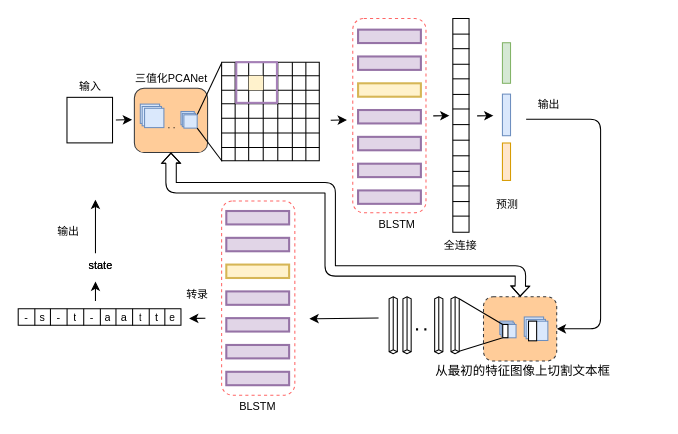
This is CRNN+CTPN.drawio from Liz606/Liz-todos, a draw.io file, before an edit. Source tidied: cells renumbered, new cells numbered last; positions are measured from the earlier drawing's top-left corner, leaving out a move shared by most shapes. Both pictures are drawn from the tidied source at 104%, with x=0, y=0 at pixel (18, 18).
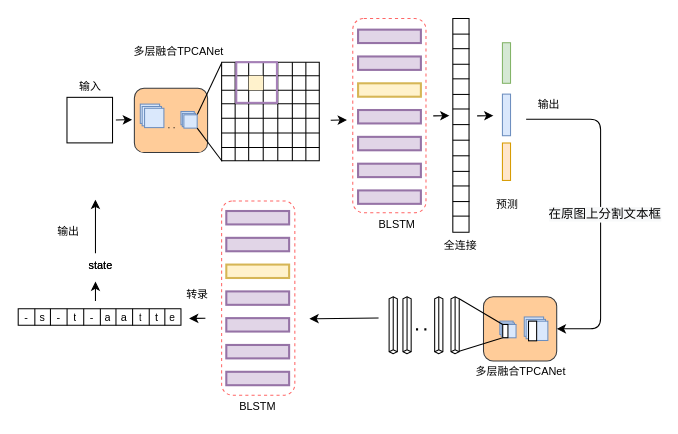
After the change.

Unchanged cells that the change refers to:
```xml
<mxCell id="2" style="rounded=1;whiteSpace=wrap;html=1;fillColor=#ffcc99;strokeColor=#36393d;" parent="1" vertex="1">
  <mxGeometry x="111.7" y="67.4" width="70.4" height="61.8" as="geometry" />
</mxCell>
<mxCell id="158" style="endArrow=classic;html=1;edgeStyle=orthogonalEdgeStyle;entryX=1;entryY=0.5;entryDx=0;entryDy=0;" parent="1" edge="1" target="113">
  <mxGeometry x="35.6" y="323.4" as="geometry">
    <mxPoint x="488.4" y="97.1" as="sourcePoint" />
    <Array as="points">
      <mxPoint x="560" y="97" />
      <mxPoint x="560" y="299" />
    </Array>
  </mxGeometry>
</mxCell>
```

The edit, as a diff of the source:
```diff
@@
-    <mxCell id="6" value="&lt;font style=&quot;font-size: 10.5px&quot;&gt;三值化PCANet&lt;/font&gt;" style="text;html=1;align=center;verticalAlign=middle;fontSize=10.5;" parent="1" vertex="1">
-      <mxGeometry x="101.7" y="47.8" width="90" height="20" as="geometry" />
+    <mxCell id="6" value="&lt;font style=&quot;font-size: 10.5px&quot;&gt;多层融合TPCANet&lt;/font&gt;" style="text;html=1;align=center;verticalAlign=middle;fontSize=10.5;" parent="1" vertex="1">
+      <mxGeometry x="98.9" y="22.3" width="110" height="20" as="geometry" />
     </mxCell>
@@
-    <mxCell id="113" style="rounded=1;whiteSpace=wrap;html=1;fillColor=#ffcc99;direction=east;flipH=0;flipV=0;strokeColor=#36393d;dashed=1;" parent="1" vertex="1">
+    <mxCell id="113" style="rounded=1;whiteSpace=wrap;html=1;fillColor=#ffcc99;direction=east;flipH=0;flipV=0;strokeColor=#36393d;" parent="1" vertex="1">
       <mxGeometry x="447.4" y="267.8" width="70.4" height="61.8" as="geometry" />
     </mxCell>
@@
+    <mxCell id="172" value="&lt;span style=&quot;font-size: 12px ; background-color: rgb(248 , 249 , 250)&quot;&gt;在原图上分割文本框&lt;/span&gt;" style="edgeLabel;html=1;align=center;verticalAlign=middle;fontSize=10.5;" parent="158" vertex="1">
+      <mxGeometry relative="1" as="geometry">
+        <mxPoint x="3" y="5" as="offset" />
+      </mxGeometry>
+    </mxCell>
@@
-    <mxCell id="169" value="&lt;span style=&quot;font-size: 12px&quot;&gt;从最初的特征图像上切割文本框&lt;/span&gt;" style="text;html=1;align=center;verticalAlign=middle;fontSize=10.5;" parent="1" vertex="1">
-      <mxGeometry x="395" y="329.6" width="180" height="20" as="geometry" />
-    </mxCell>
@@
-    <mxCell id="171" style="shape=flexArrow;endArrow=classic;startArrow=classic;html=1;exitX=0.5;exitY=0;exitDx=0;exitDy=0;entryX=0.5;entryY=1;entryDx=0;entryDy=0;startWidth=6.8965517241379315;startSize=2.903448275862069;endWidth=6.8965517241379315;endSize=2.903448275862069;" parent="1" edge="1" source="113" target="2">
-      <mxGeometry relative="1" as="geometry">
-        <Array as="points">
-          <mxPoint x="483" y="243" />
-          <mxPoint x="300" y="243" />
-          <mxPoint x="300" y="213" />
-          <mxPoint x="300" y="163" />
-          <mxPoint x="147" y="163" />
-          <mxPoint x="147" y="143" />
-        </Array>
-      </mxGeometry>
-    </mxCell>
+    <mxCell id="173" value="&lt;font style=&quot;font-size: 10.5px&quot;&gt;多层融合TPCANet&lt;/font&gt;" style="text;html=1;align=center;verticalAlign=middle;fontSize=10.5;" parent="1" vertex="1">
+      <mxGeometry x="427.7" y="329.6" width="110" height="20" as="geometry" />
+    </mxCell>
```
